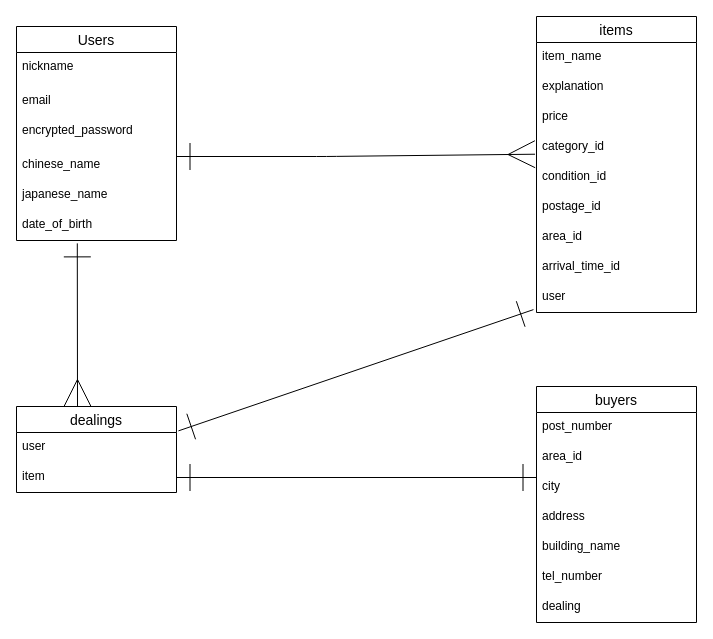
This is furima.dio from kenken-1275/furima-38294, a draw.io file, before an edit. Source tidied: cells renumbered, new cells numbered last; positions are measured from the earlier drawing's top-left corner, leaving out a move shared by most shapes. Both pictures are drawn from the tidied source at 100%, with x=0, y=0 at pixel (16, 16).
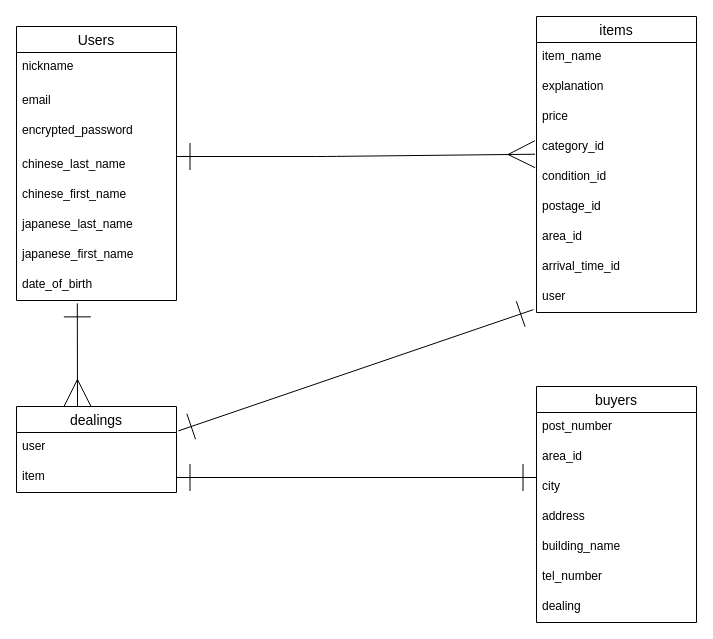
After the change.

Diff of the diagram source:
```diff
@@
     <mxCell id="2" value="Users" style="swimlane;fontStyle=0;horizontal=1;startSize=26;align=center;fontSize=14;" parent="1" vertex="1">
-      <mxGeometry y="10" width="160" height="214" as="geometry" />
+      <mxGeometry y="10" width="160" height="274" as="geometry" />
     </mxCell>
@@
-    <mxCell id="6" value="chinese_name" style="text;strokeColor=none;fillColor=none;spacingLeft=4;spacingRight=4;overflow=hidden;fontSize=12;" parent="2" vertex="1">
+    <mxCell id="6" value="chinese_last_name" style="text;strokeColor=none;fillColor=none;spacingLeft=4;spacingRight=4;overflow=hidden;fontSize=12;" parent="2" vertex="1">
       <mxGeometry y="124" width="160" height="30" as="geometry" />
     </mxCell>
+    <mxCell id="34" value="chinese_first_name" style="text;strokeColor=none;fillColor=none;spacingLeft=4;spacingRight=4;overflow=hidden;fontSize=12;" parent="2" vertex="1">
+      <mxGeometry y="154" width="160" height="30" as="geometry" />
+    </mxCell>
-    <mxCell id="7" value="japanese_name" style="text;strokeColor=none;fillColor=none;spacingLeft=4;spacingRight=4;overflow=hidden;fontSize=12;" parent="2" vertex="1">
-      <mxGeometry y="154" width="160" height="30" as="geometry" />
+    <mxCell id="7" value="japanese_last_name" style="text;strokeColor=none;fillColor=none;spacingLeft=4;spacingRight=4;overflow=hidden;fontSize=12;" parent="2" vertex="1">
+      <mxGeometry y="184" width="160" height="30" as="geometry" />
     </mxCell>
+    <mxCell id="35" value="japanese_first_name" style="text;strokeColor=none;fillColor=none;spacingLeft=4;spacingRight=4;overflow=hidden;fontSize=12;" parent="2" vertex="1">
+      <mxGeometry y="214" width="160" height="30" as="geometry" />
+    </mxCell>
     <mxCell id="8" value="date_of_birth" style="text;strokeColor=none;fillColor=none;spacingLeft=4;spacingRight=4;overflow=hidden;points=[[0,0.5],[1,0.5]];portConstraint=eastwest;fontSize=12;" parent="2" vertex="1">
-      <mxGeometry y="184" width="160" height="30" as="geometry" />
+      <mxGeometry y="244" width="160" height="30" as="geometry" />
     </mxCell>
```
